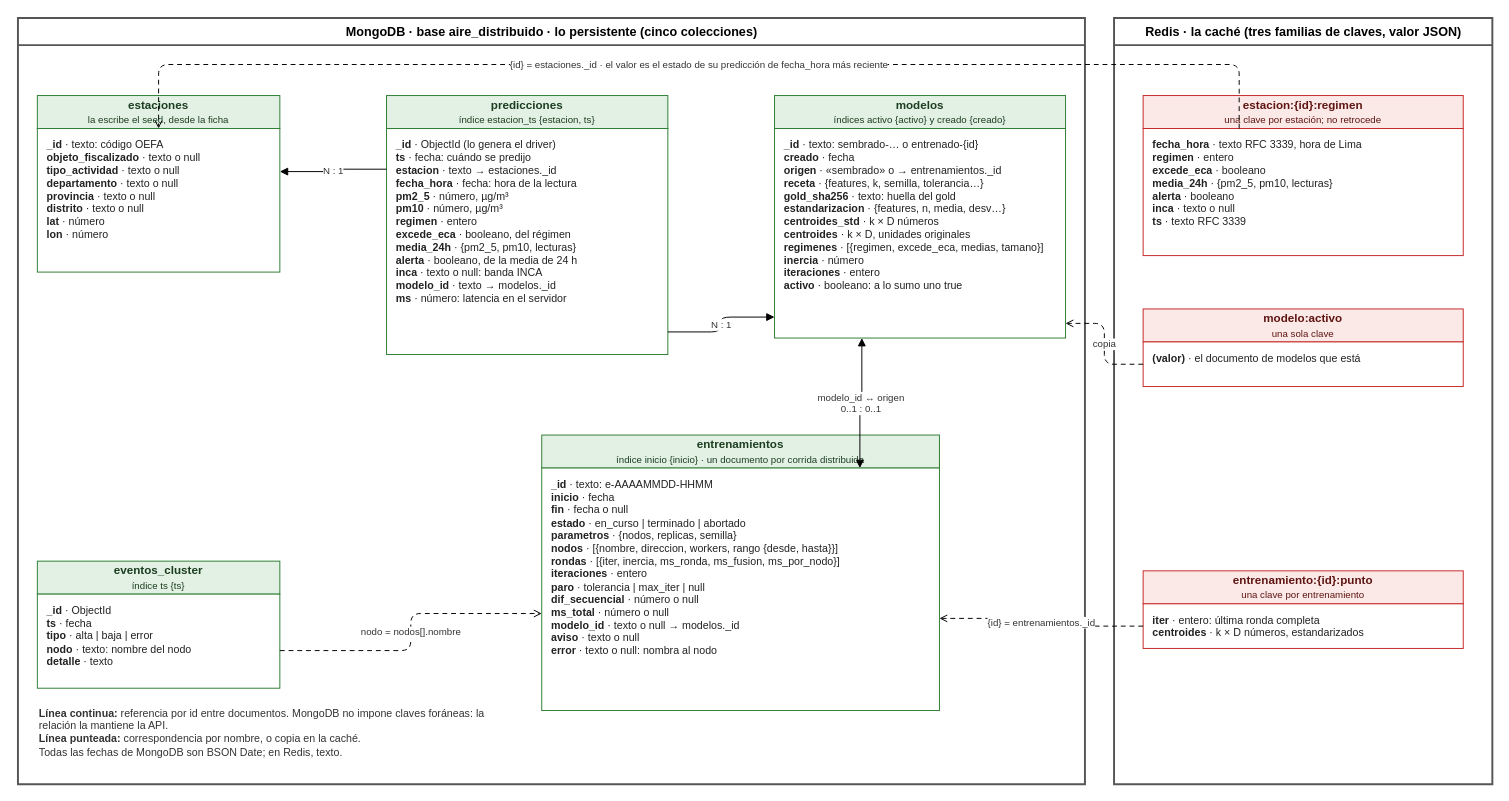
Earlier version of the draw.io diagram docs/diagramas/entidades.drawio (R0SEWT/aire-distribuido). Source tidied: cells renumbered, new cells numbered last; positions are measured from the earlier drawing's top-left corner, leaving out a move shared by most shapes. Both pictures are drawn from the tidied source at 97%, with x=0, y=0 at pixel (17, 17).
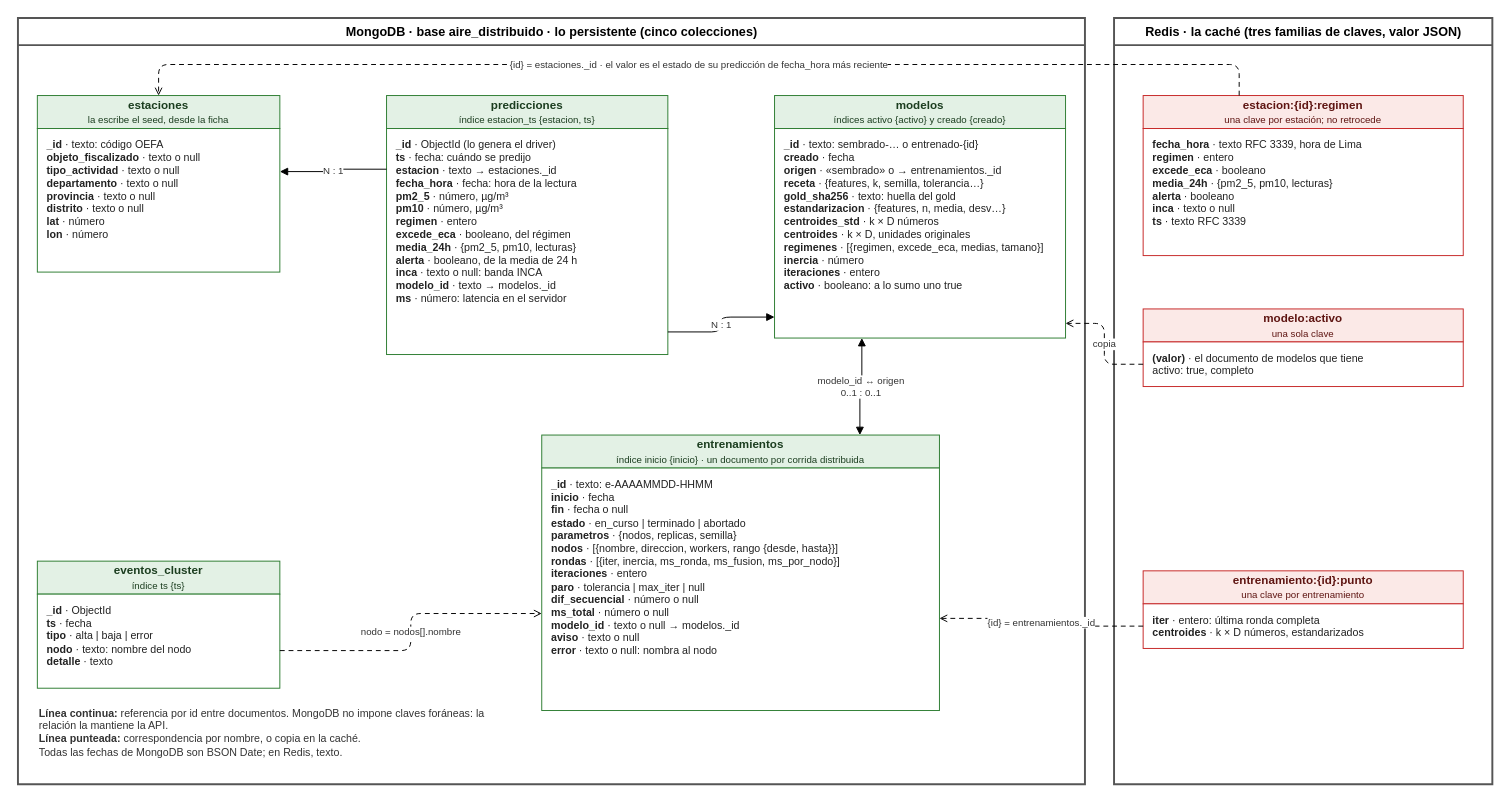
Above is the later version.

Unchanged cells that the change refers to:
```xml
<mxCell id="4" value="&lt;b&gt;estaciones&lt;/b&gt;&lt;br&gt;&lt;font style=&quot;font-size: 10px;&quot;&gt;la escribe el seed, desde la ficha&lt;/font&gt;" style="rounded=0;whiteSpace=wrap;html=1;fillColor=#e3f1e5;strokeColor=#2e7d32;fontColor=#1b3d1f;fontSize=12;" parent="1" vertex="1">
  <mxGeometry x="20" y="80" width="250" height="34" as="geometry" />
</mxCell>
<mxCell id="5" value="&lt;b&gt;_id&lt;/b&gt; · texto: código OEFA&lt;br&gt;&lt;b&gt;objeto_fiscalizado&lt;/b&gt; · texto o null&lt;br&gt;&lt;b&gt;tipo_actividad&lt;/b&gt; · texto o null&lt;br&gt;&lt;b&gt;departamento&lt;/b&gt; · texto o null&lt;br&gt;&lt;b&gt;provincia&lt;/b&gt; · texto o null&lt;br&gt;&lt;b&gt;distrito&lt;/b&gt; · texto o null&lt;br&gt;&lt;b&gt;lat&lt;/b&gt; · número&lt;br&gt;&lt;b&gt;lon&lt;/b&gt; · número" style="rounded=0;whiteSpace=wrap;html=1;align=left;verticalAlign=top;spacingLeft=8;spacingTop=4;fillColor=#ffffff;strokeColor=#2e7d32;fontColor=#222222;fontSize=11;" parent="1" vertex="1">
  <mxGeometry x="20" y="114" width="250" height="148" as="geometry" />
</mxCell>
<mxCell id="9" value="&lt;b&gt;_id&lt;/b&gt; · texto: sembrado-… o entrenado-{id}&lt;br&gt;&lt;b&gt;creado&lt;/b&gt; · fecha&lt;br&gt;&lt;b&gt;origen&lt;/b&gt; · «sembrado» o → entrenamientos._id&lt;br&gt;&lt;b&gt;receta&lt;/b&gt; · {features, k, semilla, tolerancia…}&lt;br&gt;&lt;b&gt;gold_sha256&lt;/b&gt; · texto: huella del gold&lt;br&gt;&lt;b&gt;estandarizacion&lt;/b&gt; · {features, n, media, desv…}&lt;br&gt;&lt;b&gt;centroides_std&lt;/b&gt; · k × D números&lt;br&gt;&lt;b&gt;centroides&lt;/b&gt; · k × D, unidades originales&lt;br&gt;&lt;b&gt;regimenes&lt;/b&gt; · [{regimen, excede_eca, medias, tamano}]&lt;br&gt;&lt;b&gt;inercia&lt;/b&gt; · número&lt;br&gt;&lt;b&gt;iteraciones&lt;/b&gt; · entero&lt;br&gt;&lt;b&gt;activo&lt;/b&gt; · booleano: a lo sumo uno true" style="rounded=0;whiteSpace=wrap;html=1;align=left;verticalAlign=top;spacingLeft=8;spacingTop=4;fillColor=#ffffff;strokeColor=#2e7d32;fontColor=#222222;fontSize=11;" parent="1" vertex="1">
  <mxGeometry x="780" y="114" width="300" height="216" as="geometry" />
</mxCell>
<mxCell id="10" value="&lt;b&gt;entrenamientos&lt;/b&gt;&lt;br&gt;&lt;font style=&quot;font-size: 10px;&quot;&gt;índice inicio {inicio} · un documento por corrida distribuida&lt;/font&gt;" style="rounded=0;whiteSpace=wrap;html=1;fillColor=#e3f1e5;strokeColor=#2e7d32;fontColor=#1b3d1f;fontSize=12;" parent="1" vertex="1">
  <mxGeometry x="540" y="430" width="410" height="34" as="geometry" />
</mxCell>
<mxCell id="11" value="&lt;b&gt;_id&lt;/b&gt; · texto: e-AAAAMMDD-HHMM&lt;br&gt;&lt;b&gt;inicio&lt;/b&gt; · fecha&lt;br&gt;&lt;b&gt;fin&lt;/b&gt; · fecha o null&lt;br&gt;&lt;b&gt;estado&lt;/b&gt; · en_curso | terminado | abortado&lt;br&gt;&lt;b&gt;parametros&lt;/b&gt; · {nodos, replicas, semilla}&lt;br&gt;&lt;b&gt;nodos&lt;/b&gt; · [{nombre, direccion, workers, rango {desde, hasta}}]&lt;br&gt;&lt;b&gt;rondas&lt;/b&gt; · [{iter, inercia, ms_ronda, ms_fusion, ms_por_nodo}]&lt;br&gt;&lt;b&gt;iteraciones&lt;/b&gt; · entero&lt;br&gt;&lt;b&gt;paro&lt;/b&gt; · tolerancia | max_iter | null&lt;br&gt;&lt;b&gt;dif_secuencial&lt;/b&gt; · número o null&lt;br&gt;&lt;b&gt;ms_total&lt;/b&gt; · número o null&lt;br&gt;&lt;b&gt;modelo_id&lt;/b&gt; · texto o null → modelos._id&lt;br&gt;&lt;b&gt;aviso&lt;/b&gt; · texto o null&lt;br&gt;&lt;b&gt;error&lt;/b&gt; · texto o null: nombra al nodo" style="rounded=0;whiteSpace=wrap;html=1;align=left;verticalAlign=top;spacingLeft=8;spacingTop=4;fillColor=#ffffff;strokeColor=#2e7d32;fontColor=#222222;fontSize=11;" parent="1" vertex="1">
  <mxGeometry x="540" y="464" width="410" height="250" as="geometry" />
</mxCell>
<mxCell id="14" value="&lt;b&gt;estacion:{id}:regimen&lt;/b&gt;&lt;br&gt;&lt;font style=&quot;font-size: 10px;&quot;&gt;una clave por estación; no retrocede&lt;/font&gt;" style="rounded=0;whiteSpace=wrap;html=1;fillColor=#fbe9e7;strokeColor=#c62828;fontColor=#5e1512;fontSize=12;" parent="1" vertex="1">
  <mxGeometry x="1160" y="80" width="330" height="34" as="geometry" />
</mxCell>
<mxCell id="15" value="&lt;b&gt;fecha_hora&lt;/b&gt; · texto RFC 3339, hora de Lima&lt;br&gt;&lt;b&gt;regimen&lt;/b&gt; · entero&lt;br&gt;&lt;b&gt;excede_eca&lt;/b&gt; · booleano&lt;br&gt;&lt;b&gt;media_24h&lt;/b&gt; · {pm2_5, pm10, lecturas}&lt;br&gt;&lt;b&gt;alerta&lt;/b&gt; · booleano&lt;br&gt;&lt;b&gt;inca&lt;/b&gt; · texto o null&lt;br&gt;&lt;b&gt;ts&lt;/b&gt; · texto RFC 3339" style="rounded=0;whiteSpace=wrap;html=1;align=left;verticalAlign=top;spacingLeft=8;spacingTop=4;fillColor=#ffffff;strokeColor=#c62828;fontColor=#222222;fontSize=11;" parent="1" vertex="1">
  <mxGeometry x="1160" y="114" width="330" height="131" as="geometry" />
</mxCell>
```

The edit, as a diff of the source:
```diff
@@
-    <mxCell id="17" value="&lt;b&gt;(valor)&lt;/b&gt; · el documento de modelos que está&lt;br&gt;&lt;b&gt;&lt;/b&gt;" style="rounded=0;whiteSpace=wrap;html=1;align=left;verticalAlign=top;spacingLeft=8;spacingTop=4;fillColor=#ffffff;strokeColor=#c62828;fontColor=#222222;fontSize=11;" parent="1" vertex="1">
+    <mxCell id="17" value="&lt;b&gt;(valor)&lt;/b&gt; · el documento de modelos que tiene&lt;br&gt;activo: true, completo" style="rounded=0;whiteSpace=wrap;html=1;align=left;verticalAlign=top;spacingLeft=8;spacingTop=4;fillColor=#ffffff;strokeColor=#c62828;fontColor=#222222;fontSize=11;" parent="1" vertex="1">
       <mxGeometry x="1160" y="334" width="330" height="46" as="geometry" />
     </mxCell>
@@
-    <mxCell id="22" value="modelo_id ↔ origen&lt;br&gt;0..1 : 0..1" style="edgeStyle=orthogonalEdgeStyle;rounded=1;html=1;endArrow=block;fontSize=10;fontColor=#333333;labelBackgroundColor=#ffffff;exitX=0.8;exitY=0;entryX=0.3;entryY=1;startArrow=block;" parent="1" edge="1" source="11" target="9">
+    <mxCell id="22" value="modelo_id ↔ origen&lt;br&gt;0..1 : 0..1" style="edgeStyle=orthogonalEdgeStyle;rounded=1;html=1;endArrow=block;fontSize=10;fontColor=#333333;labelBackgroundColor=#ffffff;exitX=0.8;exitY=0;entryX=0.3;entryY=1;startArrow=block;" parent="1" edge="1" source="10" target="9">
       <mxGeometry relative="1" as="geometry" />
     </mxCell>
@@
-    <mxCell id="24" value="{id} = estaciones._id · el valor es el estado de su predicción de fecha_hora más reciente" style="edgeStyle=orthogonalEdgeStyle;rounded=1;html=1;endArrow=block;fontSize=10;fontColor=#333333;labelBackgroundColor=#ffffff;dashed=1;dashPattern=5 4;endArrow=open;exitX=0.3;exitY=0;entryX=0.5;entryY=0;" parent="1" edge="1" source="15" target="5">
+    <mxCell id="24" value="{id} = estaciones._id · el valor es el estado de su predicción de fecha_hora más reciente" style="edgeStyle=orthogonalEdgeStyle;rounded=1;html=1;endArrow=block;fontSize=10;fontColor=#333333;labelBackgroundColor=#ffffff;dashed=1;dashPattern=5 4;endArrow=open;exitX=0.3;exitY=0;entryX=0.5;entryY=0;" parent="1" edge="1" source="14" target="4">
       <mxGeometry relative="1" as="geometry">
         <Array as="points">
           <mxPoint x="1259" y="48" />
           <mxPoint x="145" y="48" />
         </Array>
       </mxGeometry>
     </mxCell>
```
